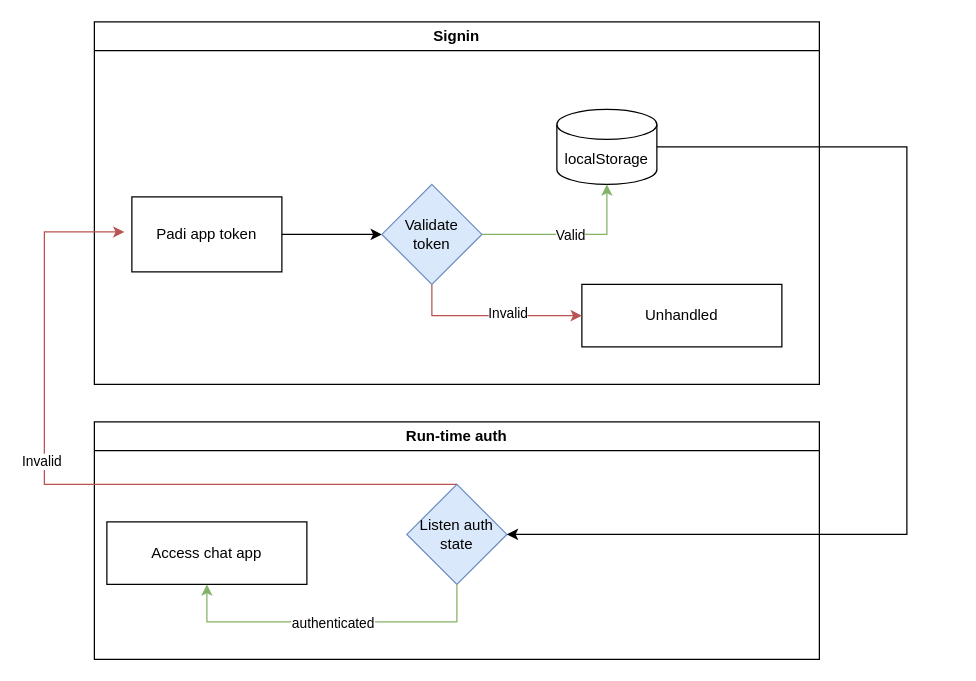
Earlier version of the draw.io diagram Padi ChatApp Auth.drawio (yogiprsetya/app.diagrams.net). Source tidied: cells renumbered, new cells numbered last; positions are measured from the earlier drawing's top-left corner, leaving out a move shared by most shapes. Both pictures are drawn from the tidied source at 125%, with x=0, y=0 at pixel (44, 21).
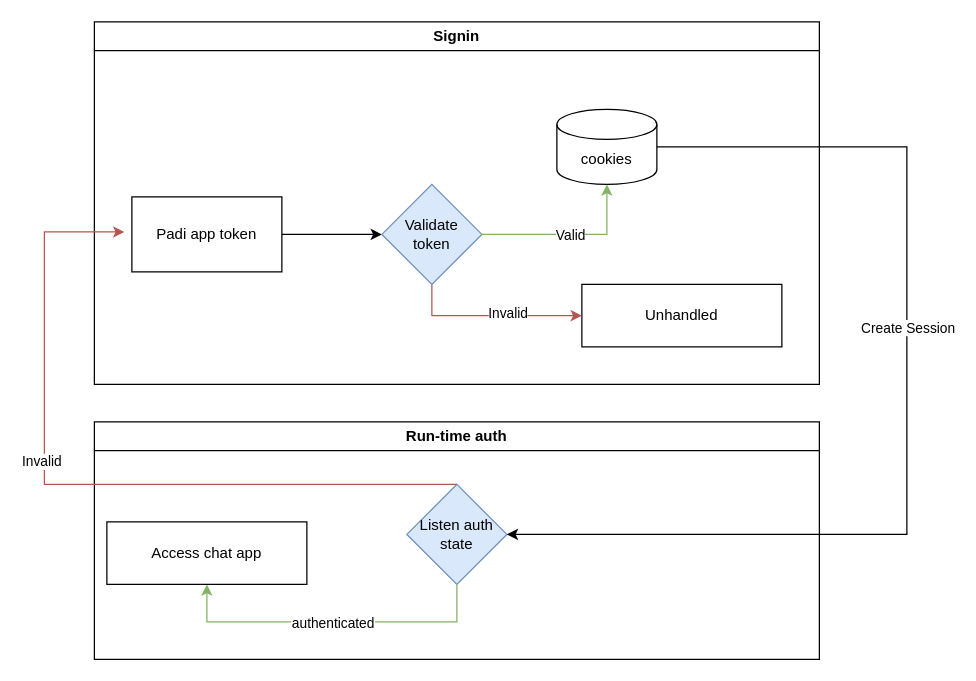
Above is the later version.

Unchanged cells that the change refers to:
```xml
<mxCell id="3" style="group;" parent="2" vertex="1">
  <mxGeometry x="30" y="70" width="520" height="190" as="geometry" />
</mxCell>
<mxCell id="18" style="edgeStyle=orthogonalEdgeStyle;rounded=0;jettySize=auto;html=1;entryX=1;entryY=0.5;entryDx=0;entryDy=0;" parent="1" edge="1" source="10" target="14">
  <mxGeometry relative="1" as="geometry">
    <Array as="points">
      <mxPoint x="690" y="100" />
      <mxPoint x="690" y="410" />
    </Array>
  </mxGeometry>
</mxCell>
```

Change to the diagram source:
```diff
@@
-    <mxCell id="10" value="localStorage" style="shape=cylinder3;whiteSpace=wrap;html=1;boundedLbl=1;backgroundOutline=1;size=12;" parent="3" vertex="1">
+    <mxCell id="10" value="cookies" style="shape=cylinder3;whiteSpace=wrap;html=1;boundedLbl=1;backgroundOutline=1;size=12;" parent="3" vertex="1">
       <mxGeometry x="340" width="80" height="60" as="geometry" />
     </mxCell>
@@
+    <mxCell id="21" value="Create Session" style="edgeLabel;html=1;align=center;verticalAlign=middle;" parent="18" vertex="1">
+      <mxGeometry x="-0.17" relative="1" as="geometry" />
+    </mxCell>
```
